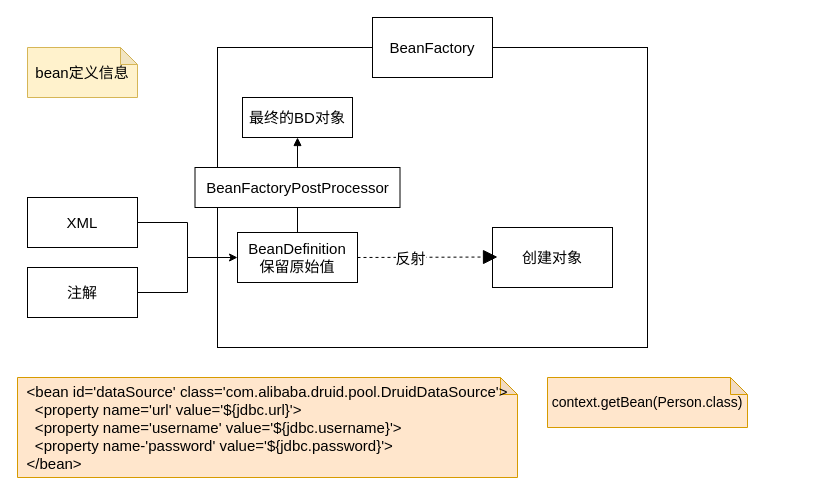
Above: study/Spring学习.drawio in Chris-z-su/wollo (draw.io), before the change. Source tidied: cells renumbered, new cells numbered last; positions are measured from the earlier drawing's top-left corner, leaving out a move shared by most shapes. Both pictures are drawn from the tidied source at 100%, with x=0, y=0 at pixel (17, 17).
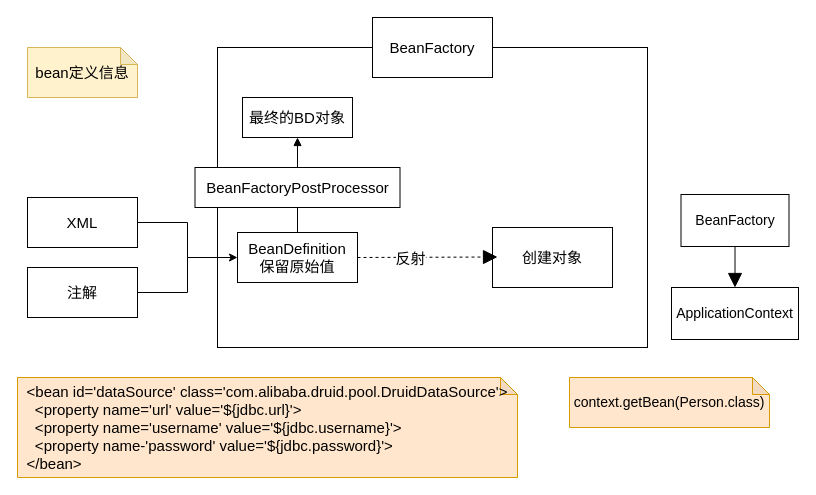
After the change.

The edit, as a diff of the source:
```diff
@@
     <mxCell id="17" value="&lt;div style=&quot;text-align: left&quot;&gt;&lt;font style=&quot;font-size: 14px&quot;&gt;context.getBean(Person.class)&lt;/font&gt;&lt;/div&gt;" style="shape=note;whiteSpace=wrap;html=1;backgroundOutline=1;darkOpacity=0.05;size=17;fillColor=#ffe6cc;strokeColor=#d79b00;" parent="1" vertex="1">
-      <mxGeometry x="530" y="360" width="200" height="50" as="geometry" />
+      <mxGeometry x="552" y="360" width="200" height="50" as="geometry" />
     </mxCell>
+    <mxCell id="18" value="BeanFactory" style="rounded=0;whiteSpace=wrap;html=1;fontSize=14;" parent="1" vertex="1">
+      <mxGeometry x="663.5" y="177" width="108" height="52" as="geometry" />
+    </mxCell>
+    <mxCell id="19" style="endArrow=block;endFill=1;endSize=12;html=1;rounded=0;fontSize=14;entryX=0.5;entryY=0;entryDx=0;entryDy=0;exitX=0.5;exitY=1;exitDx=0;exitDy=0;" parent="1" edge="1" source="18" target="20">
+      <mxGeometry relative="1" as="geometry" />
+    </mxCell>
+    <mxCell id="20" value="ApplicationContext" style="rounded=0;whiteSpace=wrap;html=1;fontSize=14;" parent="1" vertex="1">
+      <mxGeometry x="654" y="270" width="127" height="52" as="geometry" />
+    </mxCell>
```
